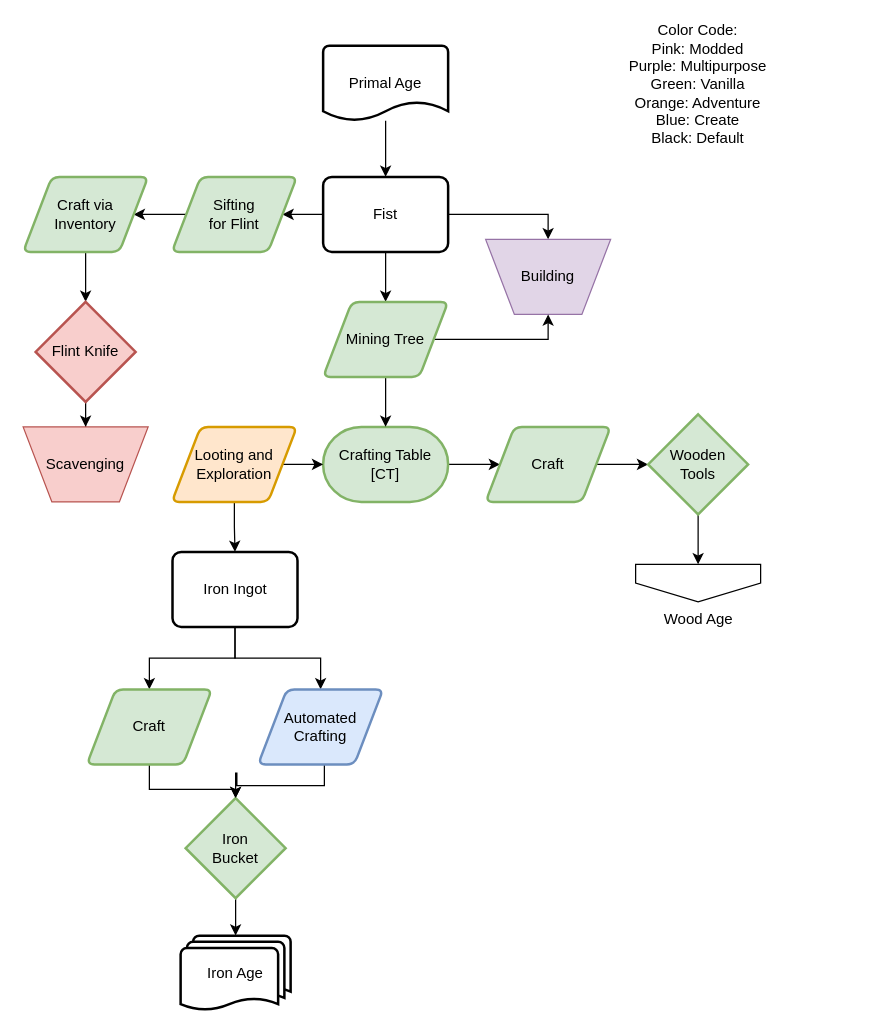
Before: page "Example" (2 of 7) of flowcharts/progression.drawio in MeepishRealms/Cog, a draw.io diagram. Source tidied: cells renumbered, new cells numbered last; positions are measured from the earlier drawing's top-left corner, leaving out a move shared by most shapes. Both pictures are drawn from the tidied source at 125%, with x=0, y=0 at pixel (22, 45).
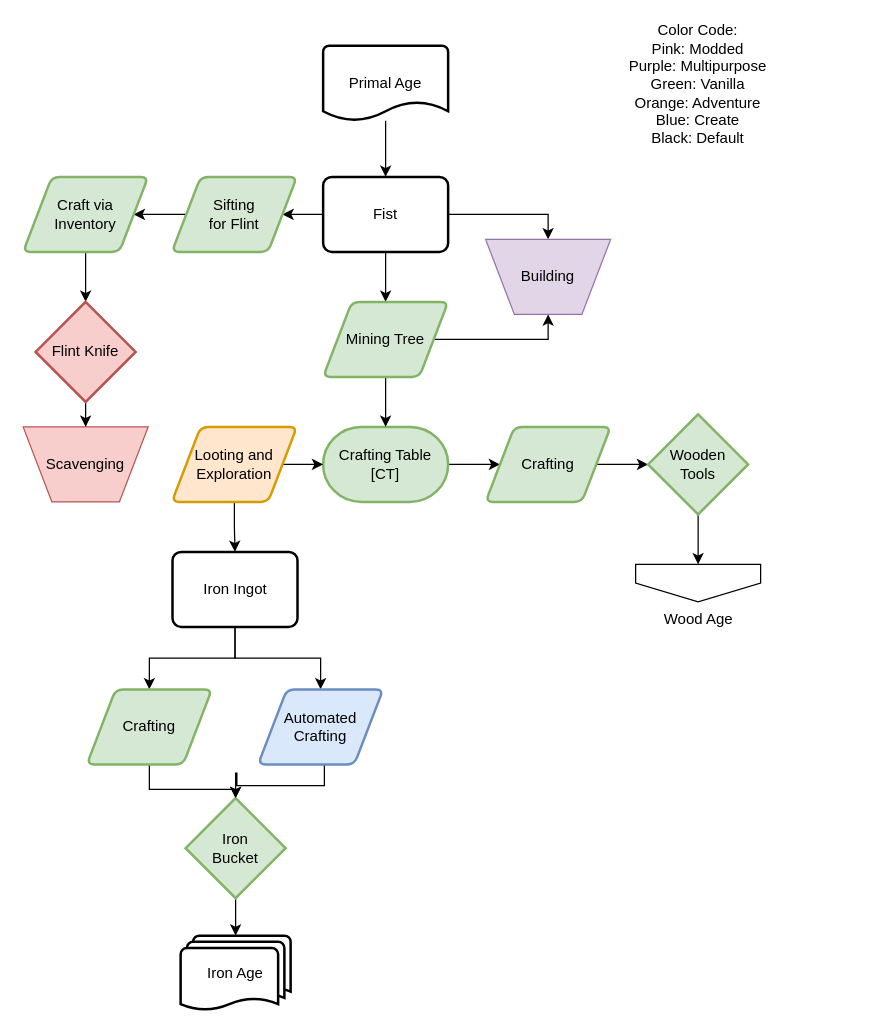
Above is the later version.

Change to the diagram source:
```diff
@@
-    <mxCell id="20" value="Craft" style="shape=parallelogram;html=1;strokeWidth=2;perimeter=parallelogramPerimeter;whiteSpace=wrap;rounded=1;arcSize=12;size=0.23;fillColor=#d5e8d4;strokeColor=#82b366;" parent="1" vertex="1">
+    <mxCell id="20" value="Crafting" style="shape=parallelogram;html=1;strokeWidth=2;perimeter=parallelogramPerimeter;whiteSpace=wrap;rounded=1;arcSize=12;size=0.23;fillColor=#d5e8d4;strokeColor=#82b366;" parent="1" vertex="1">
       <mxGeometry x="370" y="305" width="100" height="60" as="geometry" />
     </mxCell>
@@
-    <mxCell id="27" value="Craft" style="shape=parallelogram;html=1;strokeWidth=2;perimeter=parallelogramPerimeter;whiteSpace=wrap;rounded=1;arcSize=12;size=0.23;fillColor=#d5e8d4;strokeColor=#82b366;" parent="1" vertex="1">
+    <mxCell id="27" value="Crafting" style="shape=parallelogram;html=1;strokeWidth=2;perimeter=parallelogramPerimeter;whiteSpace=wrap;rounded=1;arcSize=12;size=0.23;fillColor=#d5e8d4;strokeColor=#82b366;" parent="1" vertex="1">
       <mxGeometry x="51" y="515" width="100" height="60" as="geometry" />
     </mxCell>
```
